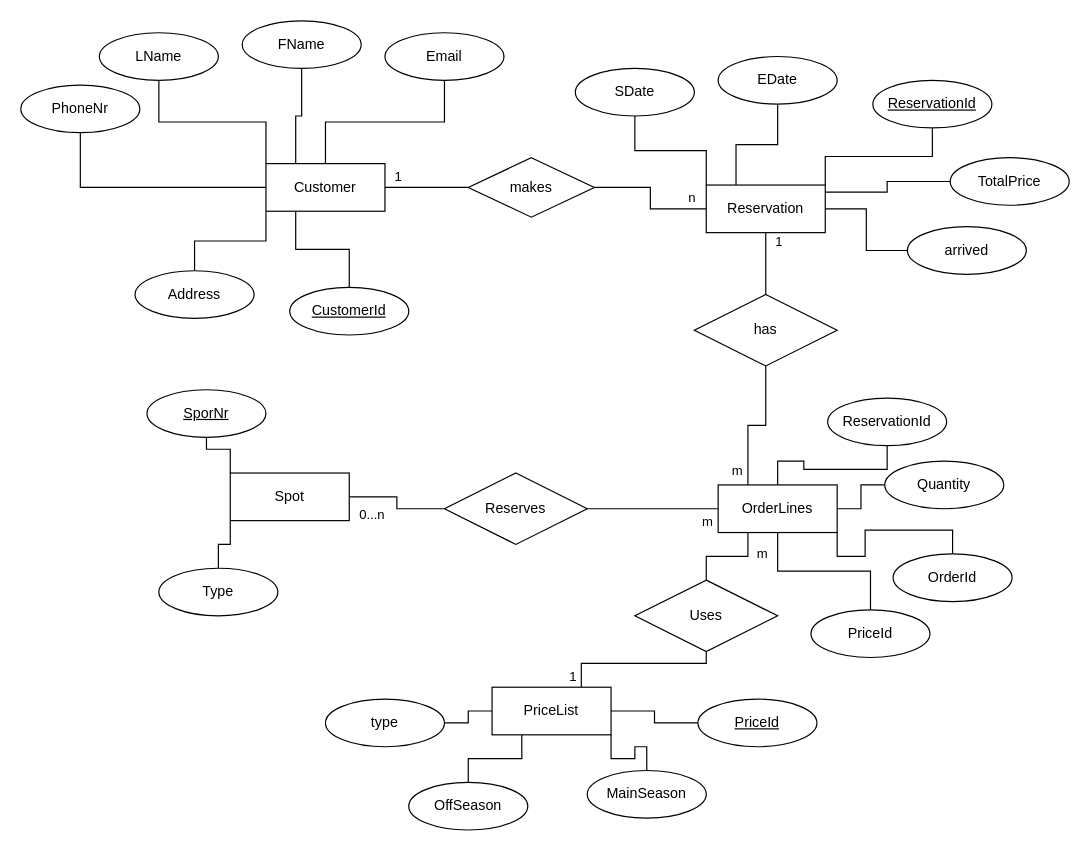
The draw.io diagram Documentation/ER Diagram.drawio in emils0/Campingpladsen-improved, before the edit. Source tidied: cells renumbered, new cells numbered last; positions are measured from the earlier drawing's top-left corner, leaving out a move shared by most shapes. Both pictures are drawn from the tidied source at 119%, with x=0, y=0 at pixel (20, 20).
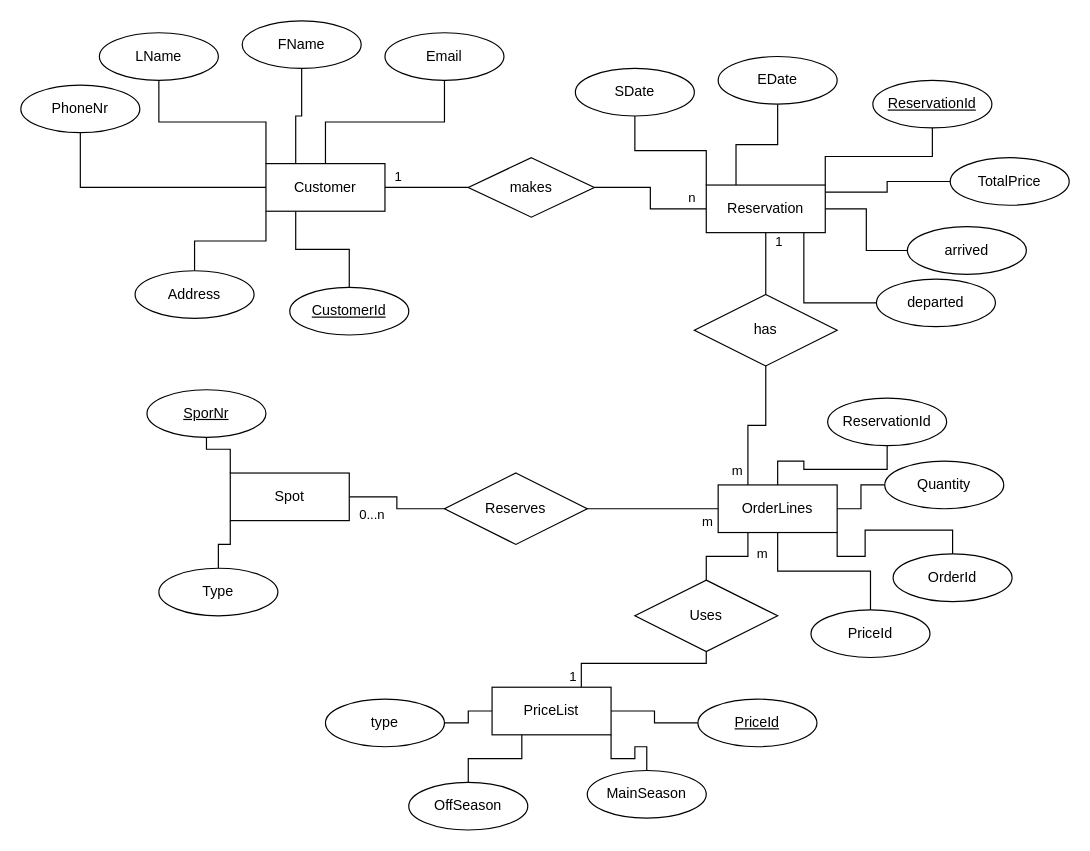
After the change.

The change refers to these unchanged cells:
```xml
<mxCell id="24" value="Reservation" style="whiteSpace=wrap;html=1;align=center;" parent="1" vertex="1">
  <mxGeometry x="576" y="138" width="100" height="40" as="geometry" />
</mxCell>
```

What changed in the source:
```diff
@@
+    <mxCell id="69" style="edgeStyle=orthogonalEdgeStyle;rounded=0;jettySize=auto;html=1;endArrow=none;endFill=0;" parent="1" edge="1" source="70" target="24">
+      <mxGeometry relative="1" as="geometry">
+        <Array as="points">
+          <mxPoint x="658" y="237" />
+        </Array>
+      </mxGeometry>
+    </mxCell>
+    <mxCell id="70" value="departed" style="ellipse;whiteSpace=wrap;html=1;align=center;" parent="1" vertex="1">
+      <mxGeometry x="719" y="217" width="100" height="40" as="geometry" />
+    </mxCell>
```
